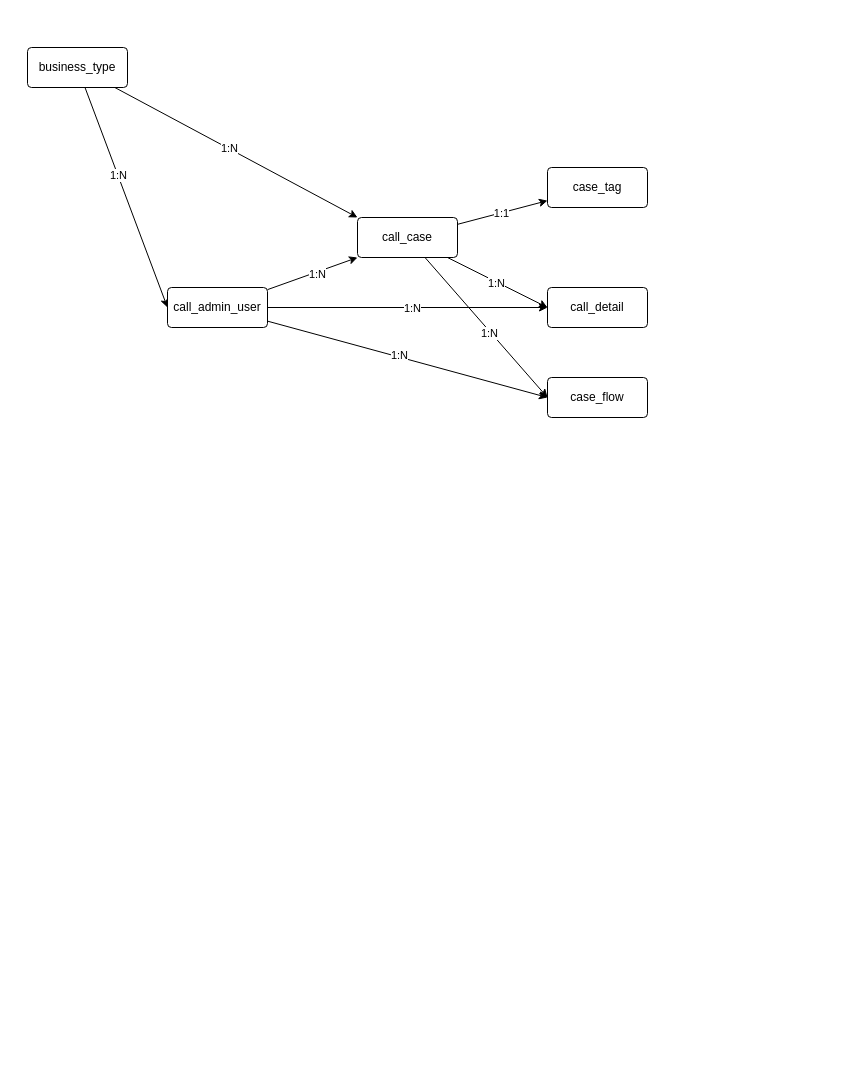
Above: 电销系统-数据架构.drawio in ABIN-DS/flowchart (draw.io), before the change. Source tidied: cells renumbered, new cells numbered last; positions are measured from the earlier drawing's top-left corner, leaving out a move shared by most shapes. Both pictures are drawn from the tidied source at 100%, with x=0, y=0 at pixel (27, 47).
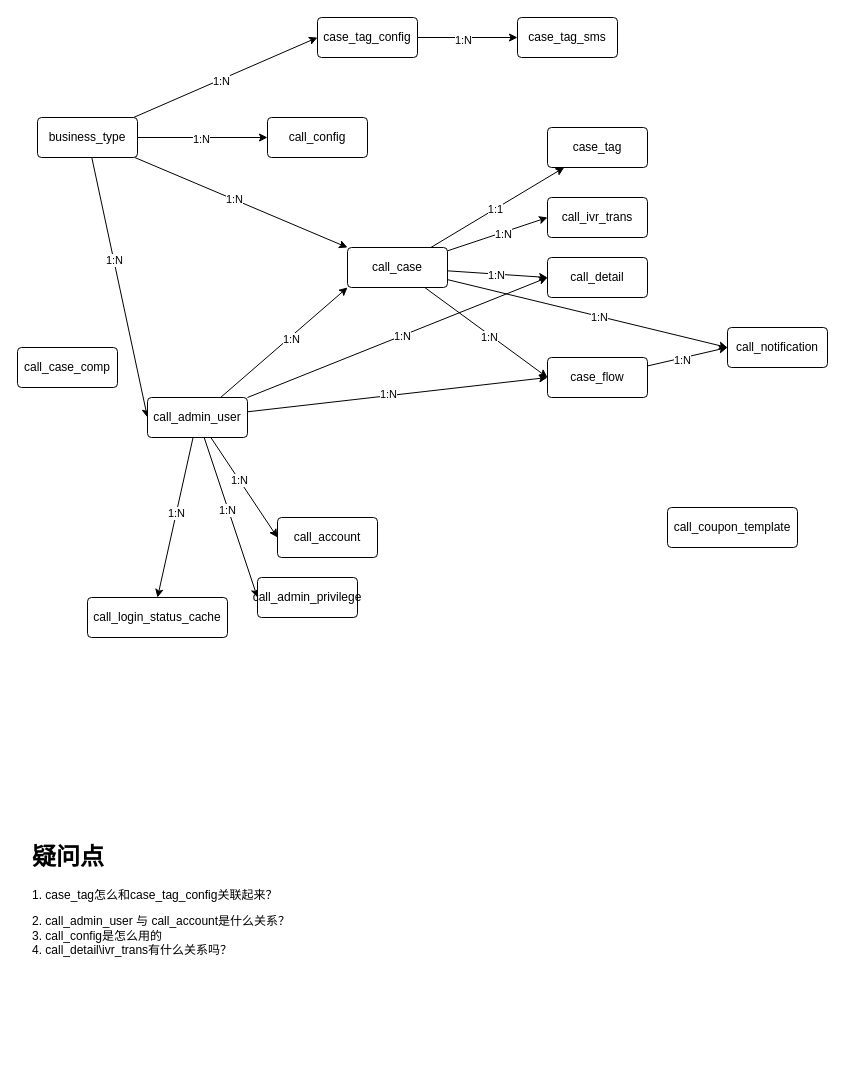
After the change.

Commit message (it also covers changes not shown here):
更新电销系统-数据架构.drawio

Change to the diagram source:
```diff
@@
+    <mxCell id="24" style="edgeStyle=none;rounded=0;jettySize=auto;html=1;entryX=0;entryY=0.5;entryDx=0;entryDy=0;" parent="1" edge="1" source="8" target="50">
+      <mxGeometry relative="1" as="geometry" />
+    </mxCell>
+    <mxCell id="25" value="1:N" style="edgeLabel;html=1;align=center;verticalAlign=middle;" parent="24" vertex="1">
+      <mxGeometry x="0.11" y="-2" relative="1" as="geometry">
+        <mxPoint x="-1" as="offset" />
+      </mxGeometry>
+    </mxCell>
+    <mxCell id="26" style="edgeStyle=none;rounded=0;jettySize=auto;html=1;entryX=0;entryY=0.5;entryDx=0;entryDy=0;" parent="1" edge="1" source="8" target="52">
+      <mxGeometry relative="1" as="geometry" />
+    </mxCell>
+    <mxCell id="27" value="1:N" style="edgeLabel;html=1;align=center;verticalAlign=middle;" parent="26" vertex="1">
+      <mxGeometry x="0.08" y="-1" relative="1" as="geometry" />
+    </mxCell>
     <mxCell id="8" value="call_case" style="rounded=1;arcSize=10;whiteSpace=wrap;html=1;align=center;" parent="1" vertex="1">
-      <mxGeometry x="330" y="170" width="100" height="40" as="geometry" />
+      <mxGeometry x="320" y="200" width="100" height="40" as="geometry" />
     </mxCell>
     <mxCell id="9" value="case_tag" style="rounded=1;arcSize=10;whiteSpace=wrap;html=1;align=center;" parent="1" vertex="1">
-      <mxGeometry x="520" y="120" width="100" height="40" as="geometry" />
+      <mxGeometry x="520" y="80" width="100" height="40" as="geometry" />
     </mxCell>
@@
+    <mxCell id="28" style="edgeStyle=none;rounded=0;jettySize=auto;html=1;entryX=0;entryY=0.5;entryDx=0;entryDy=0;" parent="1" edge="1" source="14" target="42">
+      <mxGeometry relative="1" as="geometry" />
+    </mxCell>
+    <mxCell id="29" value="1:N" style="edgeLabel;html=1;align=center;verticalAlign=middle;" parent="28" vertex="1">
+      <mxGeometry x="-0.05" y="-2" relative="1" as="geometry" />
+    </mxCell>
+    <mxCell id="30" style="edgeStyle=none;rounded=0;jettySize=auto;html=1;entryX=0;entryY=0.5;entryDx=0;entryDy=0;" parent="1" edge="1" source="14" target="48">
+      <mxGeometry relative="1" as="geometry" />
+    </mxCell>
+    <mxCell id="31" value="1:N" style="edgeLabel;html=1;align=center;verticalAlign=middle;" parent="30" vertex="1">
+      <mxGeometry x="-0.03" relative="1" as="geometry">
+        <mxPoint y="1" as="offset" />
+      </mxGeometry>
+    </mxCell>
     <mxCell id="14" value="business_type" style="rounded=1;arcSize=10;whiteSpace=wrap;html=1;align=center;" parent="1" vertex="1">
-      <mxGeometry width="100" height="40" as="geometry" />
+      <mxGeometry x="10" y="70" width="100" height="40" as="geometry" />
     </mxCell>
@@
+    <mxCell id="32" style="edgeStyle=none;rounded=0;jettySize=auto;html=1;entryX=0;entryY=0.5;entryDx=0;entryDy=0;" parent="1" edge="1" source="21" target="46">
+      <mxGeometry relative="1" as="geometry" />
+    </mxCell>
+    <mxCell id="33" value="1:N" style="edgeLabel;html=1;align=center;verticalAlign=middle;" parent="32" vertex="1">
+      <mxGeometry x="-0.13" y="-1" relative="1" as="geometry">
+        <mxPoint y="-1" as="offset" />
+      </mxGeometry>
+    </mxCell>
+    <mxCell id="34" style="edgeStyle=none;rounded=0;jettySize=auto;html=1;entryX=0;entryY=0.5;entryDx=0;entryDy=0;" parent="1" edge="1" source="21" target="47">
+      <mxGeometry relative="1" as="geometry" />
+    </mxCell>
+    <mxCell id="35" value="1:N" style="edgeLabel;html=1;align=center;verticalAlign=middle;" parent="34" vertex="1">
+      <mxGeometry x="-0.1" y="-2" relative="1" as="geometry">
+        <mxPoint x="1" as="offset" />
+      </mxGeometry>
+    </mxCell>
+    <mxCell id="36" style="edgeStyle=none;rounded=0;jettySize=auto;html=1;entryX=0.5;entryY=0;entryDx=0;entryDy=0;" parent="1" edge="1" source="21" target="51">
+      <mxGeometry relative="1" as="geometry" />
+    </mxCell>
+    <mxCell id="37" value="1:N" style="edgeLabel;html=1;align=center;verticalAlign=middle;" parent="36" vertex="1">
+      <mxGeometry x="-0.06" relative="1" as="geometry" />
+    </mxCell>
     <mxCell id="21" value="call_admin_user" style="rounded=1;arcSize=10;whiteSpace=wrap;html=1;align=center;" parent="1" vertex="1">
-      <mxGeometry x="140" y="240" width="100" height="40" as="geometry" />
+      <mxGeometry x="120" y="350" width="100" height="40" as="geometry" />
     </mxCell>
     <mxCell id="22" value="call_detail" style="rounded=1;arcSize=10;whiteSpace=wrap;html=1;align=center;" parent="1" vertex="1">
-      <mxGeometry x="520" y="240" width="100" height="40" as="geometry" />
+      <mxGeometry x="520" y="210" width="100" height="40" as="geometry" />
     </mxCell>
+    <mxCell id="38" style="edgeStyle=none;rounded=0;jettySize=auto;html=1;entryX=0;entryY=0.5;entryDx=0;entryDy=0;" parent="1" edge="1" source="23" target="52">
+      <mxGeometry relative="1" as="geometry" />
+    </mxCell>
+    <mxCell id="39" value="1:N" style="edgeLabel;html=1;align=center;verticalAlign=middle;" parent="38" vertex="1">
+      <mxGeometry x="-0.14" y="-2" relative="1" as="geometry" />
+    </mxCell>
     <mxCell id="23" value="case_flow" style="rounded=1;arcSize=10;whiteSpace=wrap;html=1;align=center;" parent="1" vertex="1">
-      <mxGeometry x="520" y="330" width="100" height="40" as="geometry" />
+      <mxGeometry x="520" y="310" width="100" height="40" as="geometry" />
     </mxCell>
+    <mxCell id="40" style="edgeStyle=none;rounded=0;jettySize=auto;html=1;" parent="1" edge="1" source="42" target="43">
+      <mxGeometry relative="1" as="geometry" />
+    </mxCell>
+    <mxCell id="41" value="1:N" style="edgeLabel;html=1;align=center;verticalAlign=middle;" parent="40" vertex="1">
+      <mxGeometry x="-0.1" y="-1" relative="1" as="geometry">
+        <mxPoint y="1" as="offset" />
+      </mxGeometry>
+    </mxCell>
+    <mxCell id="42" value="case_tag_config" style="rounded=1;arcSize=10;whiteSpace=wrap;html=1;align=center;" parent="1" vertex="1">
+      <mxGeometry x="290" y="-30" width="100" height="40" as="geometry" />
+    </mxCell>
+    <mxCell id="43" value="case_tag_sms" style="rounded=1;arcSize=10;whiteSpace=wrap;html=1;align=center;" parent="1" vertex="1">
+      <mxGeometry x="490" y="-30" width="100" height="40" as="geometry" />
+    </mxCell>
+    <mxCell id="44" value="&lt;h1&gt;疑问点&lt;/h1&gt;&lt;p&gt;1. case_tag怎么和case_tag_config关联起来？&lt;/p&gt;2. call_admin_user 与 call_account是什么关系？&lt;br&gt;3.&amp;nbsp;call_config是怎么用的&lt;br&gt;4. call_detail\ivr_trans有什么关系吗？" style="text;html=1;strokeColor=none;fillColor=none;spacing=5;spacingTop=-20;whiteSpace=wrap;overflow=hidden;rounded=0;" parent="1" vertex="1">
+      <mxGeometry y="790" width="350" height="210" as="geometry" />
+    </mxCell>
+    <mxCell id="45" value="call_case_comp" style="rounded=1;arcSize=10;whiteSpace=wrap;html=1;align=center;" parent="1" vertex="1">
+      <mxGeometry x="-10" y="300" width="100" height="40" as="geometry" />
+    </mxCell>
+    <mxCell id="46" value="call_account" style="rounded=1;arcSize=10;whiteSpace=wrap;html=1;align=center;" parent="1" vertex="1">
+      <mxGeometry x="250" y="470" width="100" height="40" as="geometry" />
+    </mxCell>
+    <mxCell id="47" value="call_admin_privilege" style="rounded=1;arcSize=10;whiteSpace=wrap;html=1;align=center;" parent="1" vertex="1">
+      <mxGeometry x="230" y="530" width="100" height="40" as="geometry" />
+    </mxCell>
+    <mxCell id="48" value="call_config" style="rounded=1;arcSize=10;whiteSpace=wrap;html=1;align=center;" parent="1" vertex="1">
+      <mxGeometry x="240" y="70" width="100" height="40" as="geometry" />
+    </mxCell>
+    <mxCell id="49" value="call_coupon_template" style="rounded=1;arcSize=10;whiteSpace=wrap;html=1;align=center;" parent="1" vertex="1">
+      <mxGeometry x="640" y="460" width="130" height="40" as="geometry" />
+    </mxCell>
+    <mxCell id="50" value="call_ivr_trans" style="rounded=1;arcSize=10;whiteSpace=wrap;html=1;align=center;" parent="1" vertex="1">
+      <mxGeometry x="520" y="150" width="100" height="40" as="geometry" />
+    </mxCell>
+    <mxCell id="51" value="call_login_status_cache" style="rounded=1;arcSize=10;whiteSpace=wrap;html=1;align=center;" parent="1" vertex="1">
+      <mxGeometry x="60" y="550" width="140" height="40" as="geometry" />
+    </mxCell>
+    <mxCell id="52" value="call_notification" style="rounded=1;arcSize=10;whiteSpace=wrap;html=1;align=center;" parent="1" vertex="1">
+      <mxGeometry x="700" y="280" width="100" height="40" as="geometry" />
+    </mxCell>
```
